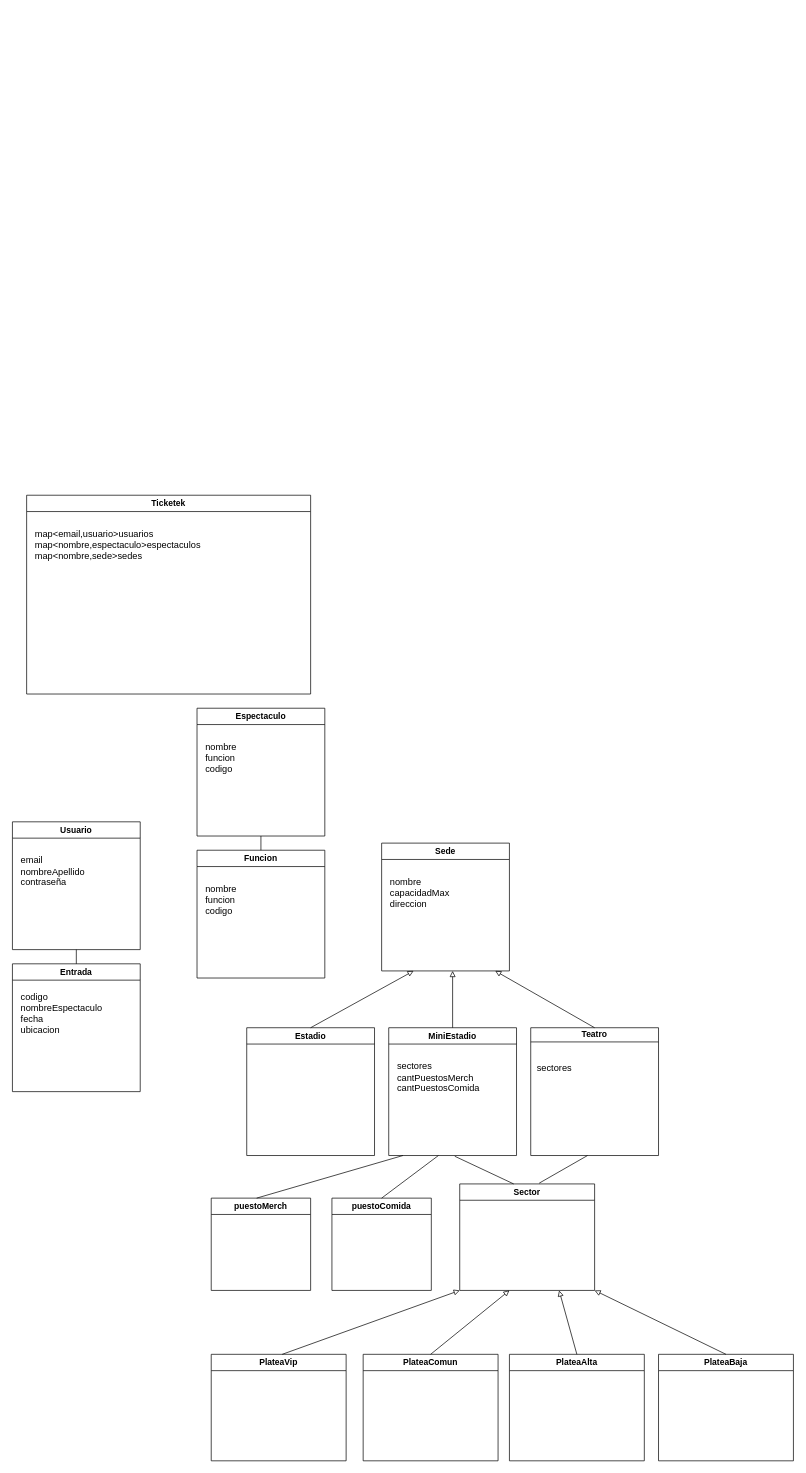
This is src/TPprog2.drawio from MarianoRada/TP-progra-2, a draw.io file, before an edit. Source tidied: cells renumbered, new cells numbered last; positions are measured from the earlier drawing's top-left corner, leaving out a move shared by most shapes. Both pictures are drawn from the tidied source at 71%, with x=0, y=0 at pixel (12, 495).
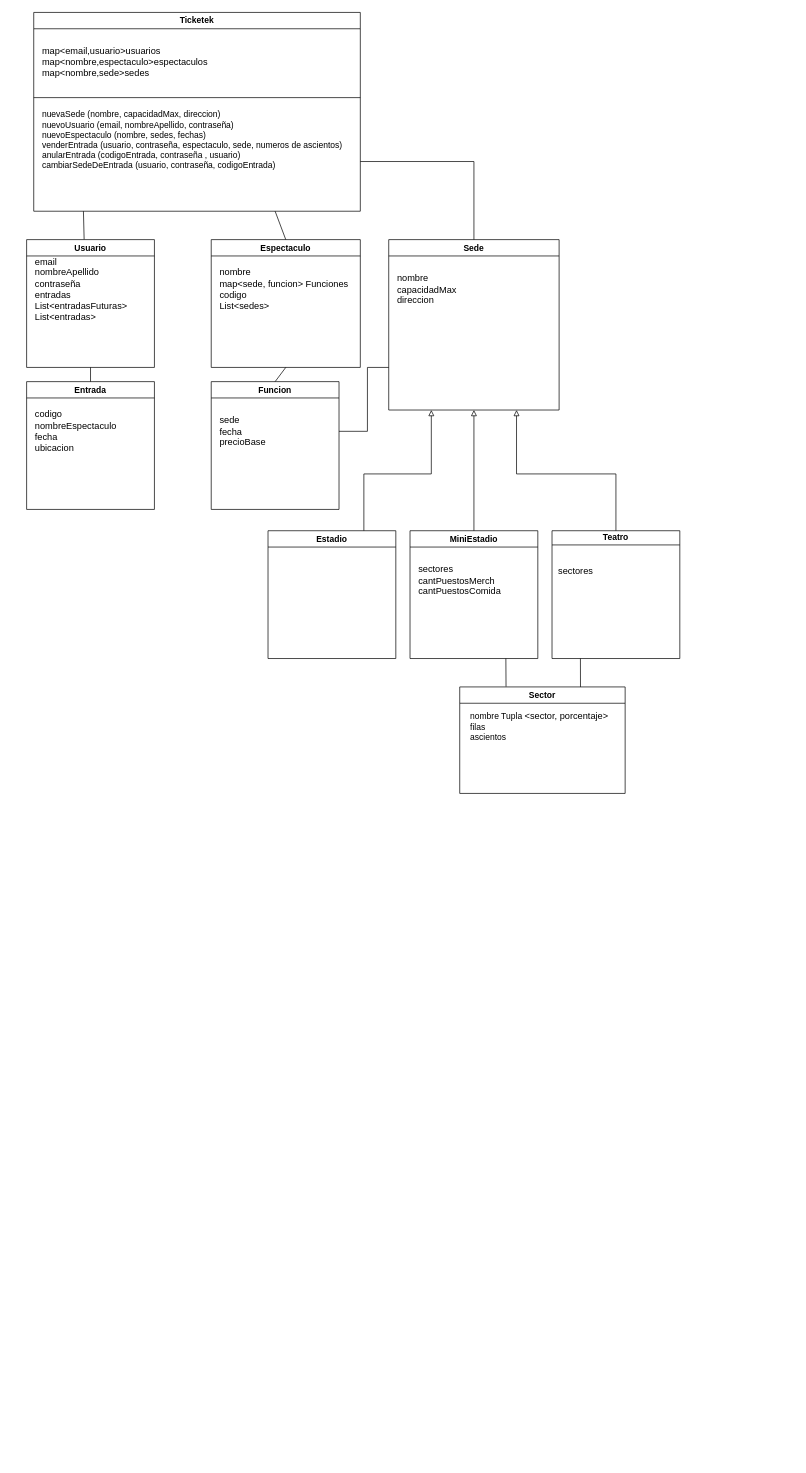
The same diagram, later.

The edit, as a diff of the source:
```diff
@@
     <mxCell id="2" value="Usuario" style="swimlane;whiteSpace=wrap;html=1;fillStyle=auto;rounded=0;glass=0;shadow=0;swimlaneLine=1;" parent="1" vertex="1">
-      <mxGeometry y="460" width="180" height="180" as="geometry" />
+      <mxGeometry x="20" y="-360" width="180" height="180" as="geometry" />
     </mxCell>
-    <mxCell id="3" value="&lt;font style=&quot;font-size: 13px;&quot;&gt;email&lt;/font&gt;&lt;div&gt;&lt;font style=&quot;font-size: 13px;&quot;&gt;nombreApellido&lt;/font&gt;&lt;/div&gt;&lt;div&gt;&lt;font style=&quot;font-size: 13px;&quot;&gt;contraseña&lt;/font&gt;&lt;/div&gt;" style="text;html=1;align=left;verticalAlign=middle;strokeColor=none;fillColor=none;" parent="2" vertex="1">
-      <mxGeometry x="10" y="40" width="110" height="60" as="geometry" />
+    <mxCell id="3" value="&lt;font style=&quot;font-size: 13px;&quot;&gt;email&lt;/font&gt;&lt;div&gt;&lt;font style=&quot;font-size: 13px;&quot;&gt;nombreApellido&lt;/font&gt;&lt;/div&gt;&lt;div&gt;&lt;font style=&quot;font-size: 13px;&quot;&gt;contraseña&lt;/font&gt;&lt;/div&gt;&lt;div&gt;&lt;font style=&quot;font-size: 13px;&quot;&gt;entradas&lt;/font&gt;&lt;/div&gt;&lt;div&gt;&lt;font style=&quot;font-size: 13px;&quot;&gt;List&lt;span style=&quot;color: light-dark(rgb(0, 0, 0), rgb(255, 255, 255)); background-color: transparent;&quot;&gt;&amp;lt;entradasFuturas&lt;/span&gt;&lt;span style=&quot;color: light-dark(rgb(0, 0, 0), rgb(255, 255, 255)); background-color: transparent;&quot;&gt;&amp;gt;&lt;/span&gt;&lt;/font&gt;&lt;/div&gt;&lt;div&gt;&lt;font style=&quot;font-size: 13px;&quot;&gt;List&lt;span style=&quot;color: light-dark(rgb(0, 0, 0), rgb(255, 255, 255)); background-color: transparent;&quot;&gt;&amp;lt;entradas&lt;/span&gt;&lt;span style=&quot;color: light-dark(rgb(0, 0, 0), rgb(255, 255, 255)); background-color: transparent;&quot;&gt;&amp;gt;&lt;/span&gt;&lt;span style=&quot;color: light-dark(rgb(0, 0, 0), rgb(255, 255, 255)); background-color: transparent;&quot;&gt;&lt;/span&gt;&lt;/font&gt;&lt;/div&gt;" style="text;html=1;align=left;verticalAlign=middle;strokeColor=none;fillColor=none;" parent="2" vertex="1">
+      <mxGeometry x="10" y="15" width="150" height="110" as="geometry" />
     </mxCell>
     <mxCell id="4" value="Ticketek" style="swimlane;whiteSpace=wrap;html=1;fillStyle=auto;rounded=0;glass=0;shadow=0;swimlaneLine=1;" parent="1" vertex="1">
-      <mxGeometry x="20" width="400" height="280" as="geometry" />
+      <mxGeometry x="30" y="-680" width="460" height="280" as="geometry" />
     </mxCell>
@@
+    <mxCell id="40" style="endArrow=none;html=1;rounded=0;exitX=0.45;exitY=-0.002;exitDx=0;exitDy=0;exitPerimeter=0;" parent="4" edge="1" source="2">
+      <mxGeometry relative="1" as="geometry">
+        <mxPoint x="70" y="280" as="targetPoint" />
+      </mxGeometry>
+    </mxCell>
+    <mxCell id="41" style="endArrow=none;html=1;rounded=0;exitX=0;exitY=0.5;exitDx=0;exitDy=0;" parent="4" edge="1">
+      <mxGeometry relative="1" as="geometry">
+        <mxPoint y="120" as="sourcePoint" />
+        <mxPoint x="460" y="120" as="targetPoint" />
+      </mxGeometry>
+    </mxCell>
+    <mxCell id="42" value="nuevaSede (nombre, capacidadMax, direccion)&lt;div&gt;nuevoUsuario (email, nombreApellido, contraseña)&lt;/div&gt;&lt;div&gt;nuevoEspectaculo (nombre, sedes, fechas)&lt;/div&gt;&lt;div&gt;venderEntrada (usuario, contraseña, espectaculo, sede, numeros de ascientos)&lt;/div&gt;&lt;div&gt;anularEntrada (codigoEntrada, contraseña , usuario)&lt;/div&gt;&lt;div&gt;cambiarSedeDeEntrada (usuario, contraseña, codigoEntrada)&lt;/div&gt;" style="text;html=1;align=left;verticalAlign=middle;strokeColor=none;fillColor=none;" parent="4" vertex="1">
+      <mxGeometry x="10" y="130" width="450" height="100" as="geometry" />
+    </mxCell>
     <mxCell id="6" value="Sede" style="swimlane;whiteSpace=wrap;html=1;fillStyle=auto;rounded=0;glass=0;shadow=0;swimlaneLine=1;startSize=23;" parent="1" vertex="1">
-      <mxGeometry x="520" y="490" width="180" height="180" as="geometry" />
+      <mxGeometry x="530" y="-360" width="240" height="240" as="geometry" />
     </mxCell>
@@
     <mxCell id="8" value="Teatro" style="swimlane;whiteSpace=wrap;html=1;fillStyle=auto;rounded=0;glass=0;shadow=0;swimlaneLine=1;startSize=20;" parent="1" vertex="1">
-      <mxGeometry x="730" y="750" width="180" height="180" as="geometry" />
+      <mxGeometry x="760" y="50" width="180" height="180" as="geometry" />
     </mxCell>
@@
     <mxCell id="10" value="Estadio" style="swimlane;whiteSpace=wrap;html=1;fillStyle=auto;rounded=0;glass=0;shadow=0;swimlaneLine=1;startSize=23;" parent="1" vertex="1">
-      <mxGeometry x="330" y="750" width="180" height="180" as="geometry" />
+      <mxGeometry x="360" y="50" width="180" height="180" as="geometry" />
     </mxCell>
@@
     <mxCell id="12" value="MiniEstadio" style="swimlane;whiteSpace=wrap;html=1;fillStyle=auto;rounded=0;glass=0;shadow=0;swimlaneLine=1;startSize=23;" parent="1" vertex="1">
-      <mxGeometry x="530" y="750" width="180" height="180" as="geometry" />
+      <mxGeometry x="560" y="50" width="180" height="180" as="geometry" />
     </mxCell>
@@
-    <mxCell id="14" style="endArrow=block;html=1;rounded=0;exitX=0.5;exitY=0;exitDx=0;exitDy=0;entryX=0.25;entryY=1;entryDx=0;entryDy=0;endFill=0;" parent="1" edge="1" source="10" target="6">
-      <mxGeometry relative="1" as="geometry" />
+    <mxCell id="14" style="endArrow=block;html=1;rounded=0;exitX=0.75;exitY=0;exitDx=0;exitDy=0;entryX=0.25;entryY=1;entryDx=0;entryDy=0;endFill=0;" parent="1" edge="1" source="10" target="6">
+      <mxGeometry relative="1" as="geometry">
+        <Array as="points">
+          <mxPoint x="495" y="-30" />
+          <mxPoint x="590" y="-30" />
+        </Array>
+      </mxGeometry>
     </mxCell>
-    <mxCell id="15" style="endArrow=block;html=1;rounded=0;exitX=0.5;exitY=0;exitDx=0;exitDy=0;endFill=0;" parent="1" edge="1" source="12">
-      <mxGeometry relative="1" as="geometry">
-        <mxPoint x="620" y="670" as="targetPoint" />
-      </mxGeometry>
+    <mxCell id="15" style="endArrow=block;html=1;rounded=0;exitX=0.5;exitY=0;exitDx=0;exitDy=0;endFill=0;entryX=0.5;entryY=1;entryDx=0;entryDy=0;" parent="1" edge="1" source="12" target="6">
+      <mxGeometry relative="1" as="geometry" />
     </mxCell>
-    <mxCell id="16" style="endArrow=block;html=1;rounded=0;exitX=0.5;exitY=0;exitDx=0;exitDy=0;endFill=0;" parent="1" edge="1" source="8">
+    <mxCell id="16" style="endArrow=block;html=1;rounded=0;exitX=0.5;exitY=0;exitDx=0;exitDy=0;endFill=0;entryX=0.75;entryY=1;entryDx=0;entryDy=0;" parent="1" edge="1" source="8" target="6">
       <mxGeometry relative="1" as="geometry">
-        <mxPoint x="680" y="670" as="targetPoint" />
+        <Array as="points">
+          <mxPoint x="850" y="-30" />
+          <mxPoint x="710" y="-30" />
+        </Array>
       </mxGeometry>
     </mxCell>
     <mxCell id="17" value="Sector" style="swimlane;whiteSpace=wrap;html=1;" parent="1" vertex="1">
-      <mxGeometry x="630" y="970" width="190" height="150" as="geometry" />
+      <mxGeometry x="630" y="270" width="233" height="150" as="geometry" />
     </mxCell>
-    <mxCell id="18" value="PlateaComun" style="swimlane;whiteSpace=wrap;html=1;startSize=23;" parent="1" vertex="1">
-      <mxGeometry x="494" y="1210" width="190" height="150" as="geometry" />
-    </mxCell>
-    <mxCell id="19" value="PlateaAlta" style="swimlane;whiteSpace=wrap;html=1;" parent="1" vertex="1">
-      <mxGeometry x="700" y="1210" width="190" height="150" as="geometry" />
-    </mxCell>
-    <mxCell id="20" value="PlateaBaja" style="swimlane;whiteSpace=wrap;html=1;" parent="1" vertex="1">
-      <mxGeometry x="910" y="1210" width="190" height="150" as="geometry" />
-    </mxCell>
-    <mxCell id="21" value="PlateaVip" style="swimlane;whiteSpace=wrap;html=1;" parent="1" vertex="1">
-      <mxGeometry x="280" y="1210" width="190" height="150" as="geometry" />
-    </mxCell>
-    <mxCell id="22" style="endArrow=block;html=1;rounded=0;entryX=0;entryY=1;entryDx=0;entryDy=0;endFill=0;" parent="1" edge="1" target="17">
-      <mxGeometry relative="1" as="geometry">
-        <mxPoint x="380" y="1210" as="sourcePoint" />
-      </mxGeometry>
-    </mxCell>
-    <mxCell id="23" style="endArrow=block;html=1;rounded=0;entryX=1;entryY=1;entryDx=0;entryDy=0;exitX=0.5;exitY=0;exitDx=0;exitDy=0;endFill=0;" parent="1" edge="1" source="20" target="17">
-      <mxGeometry relative="1" as="geometry" />
-    </mxCell>
-    <mxCell id="24" style="endArrow=block;html=1;rounded=0;endFill=0;exitX=0.5;exitY=0;exitDx=0;exitDy=0;" parent="1" edge="1" source="18">
-      <mxGeometry relative="1" as="geometry">
-        <mxPoint x="700" y="1120" as="targetPoint" />
-      </mxGeometry>
-    </mxCell>
-    <mxCell id="25" style="endArrow=block;html=1;rounded=0;endFill=0;exitX=0.5;exitY=0;exitDx=0;exitDy=0;" parent="1" edge="1" source="19">
-      <mxGeometry relative="1" as="geometry">
-        <mxPoint x="770" y="1120" as="targetPoint" />
-      </mxGeometry>
-    </mxCell>
-    <mxCell id="26" style="endArrow=none;html=1;rounded=0;exitX=0.589;exitY=-0.007;exitDx=0;exitDy=0;exitPerimeter=0;" parent="1" edge="1" source="17">
-      <mxGeometry relative="1" as="geometry">
-        <mxPoint x="810" y="930" as="targetPoint" />
-      </mxGeometry>
-    </mxCell>
+    <mxCell id="43" value="&lt;div&gt;nombre Tupla&amp;nbsp;&lt;span style=&quot;background-color: transparent; color: light-dark(rgb(0, 0, 0), rgb(255, 255, 255)); font-size: 13px;&quot;&gt;&amp;lt;sector, porcentaje&lt;/span&gt;&lt;span style=&quot;background-color: transparent; color: light-dark(rgb(0, 0, 0), rgb(255, 255, 255)); font-size: 13px;&quot;&gt;&amp;gt;&lt;/span&gt;&lt;/div&gt;filas&lt;div&gt;ascientos&lt;/div&gt;&lt;div&gt;&lt;br&gt;&lt;/div&gt;" style="text;html=1;align=left;verticalAlign=middle;strokeColor=none;fillColor=none;" parent="17" vertex="1">
+      <mxGeometry x="13" y="28" width="220" height="70" as="geometry" />
+    </mxCell>
-    <mxCell id="27" style="endArrow=none;html=1;rounded=0;exitX=0.4;exitY=0;exitDx=0;exitDy=0;exitPerimeter=0;" parent="1" edge="1" source="17">
-      <mxGeometry relative="1" as="geometry">
-        <mxPoint x="623" y="931" as="targetPoint" />
-      </mxGeometry>
+    <mxCell id="27" style="endArrow=none;html=1;rounded=0;exitX=0.28;exitY=-0.003;exitDx=0;exitDy=0;exitPerimeter=0;entryX=0.75;entryY=1;entryDx=0;entryDy=0;" parent="1" edge="1" source="17" target="12">
+      <mxGeometry relative="1" as="geometry" />
     </mxCell>
     <mxCell id="28" value="Entrada" style="swimlane;whiteSpace=wrap;html=1;fillStyle=auto;rounded=0;glass=0;shadow=0;swimlaneLine=1;" parent="1" vertex="1">
-      <mxGeometry y="660" width="180" height="180" as="geometry" />
+      <mxGeometry x="20" y="-160" width="180" height="180" as="geometry" />
     </mxCell>
@@
     <mxCell id="31" value="Espectaculo" style="swimlane;whiteSpace=wrap;html=1;fillStyle=auto;rounded=0;glass=0;shadow=0;swimlaneLine=1;" parent="1" vertex="1">
-      <mxGeometry x="260" y="300" width="180" height="180" as="geometry" />
+      <mxGeometry x="280" y="-360" width="210" height="180" as="geometry" />
     </mxCell>
-    <mxCell id="32" value="&lt;div&gt;&lt;span style=&quot;font-size: 13px;&quot;&gt;nombre&lt;/span&gt;&lt;/div&gt;&lt;div&gt;&lt;span style=&quot;font-size: 13px;&quot;&gt;funcion&lt;/span&gt;&lt;/div&gt;&lt;div&gt;&lt;span style=&quot;font-size: 13px;&quot;&gt;codigo&lt;/span&gt;&lt;/div&gt;" style="text;html=1;align=left;verticalAlign=middle;strokeColor=none;fillColor=none;" parent="31" vertex="1">
-      <mxGeometry x="10" y="40" width="70" height="60" as="geometry" />
+    <mxCell id="32" value="&lt;div&gt;&lt;span style=&quot;font-size: 13px;&quot;&gt;nombre&lt;/span&gt;&lt;/div&gt;&lt;div&gt;&lt;span style=&quot;color: light-dark(rgb(0, 0, 0), rgb(255, 255, 255)); background-color: transparent; font-size: 13px;&quot;&gt;map&amp;lt;sede, funcion&lt;/span&gt;&lt;span style=&quot;color: light-dark(rgb(0, 0, 0), rgb(255, 255, 255)); background-color: transparent; font-size: 13px;&quot;&gt;&amp;gt; Funciones&lt;/span&gt;&lt;/div&gt;&lt;div&gt;&lt;span style=&quot;font-size: 13px;&quot;&gt;codigo&lt;/span&gt;&lt;/div&gt;&lt;div&gt;&lt;span style=&quot;font-size: 13px;&quot;&gt;List&lt;/span&gt;&lt;span style=&quot;font-size: 13px; background-color: transparent; color: light-dark(rgb(0, 0, 0), rgb(255, 255, 255));&quot;&gt;&amp;lt;sedes&lt;/span&gt;&lt;span style=&quot;background-color: transparent; color: light-dark(rgb(0, 0, 0), rgb(255, 255, 255)); font-size: 13px;&quot;&gt;&amp;gt;&lt;/span&gt;&lt;/div&gt;" style="text;html=1;align=left;verticalAlign=middle;strokeColor=none;fillColor=none;" parent="31" vertex="1">
+      <mxGeometry x="10" y="30" width="200" height="80" as="geometry" />
     </mxCell>
     <mxCell id="33" value="Funcion" style="swimlane;whiteSpace=wrap;html=1;fillStyle=auto;rounded=0;glass=0;shadow=0;swimlaneLine=1;" parent="1" vertex="1">
-      <mxGeometry x="260" y="500" width="180" height="180" as="geometry" />
+      <mxGeometry x="280" y="-160" width="180" height="180" as="geometry" />
     </mxCell>
-    <mxCell id="34" value="&lt;div&gt;&lt;span style=&quot;font-size: 13px;&quot;&gt;nombre&lt;/span&gt;&lt;/div&gt;&lt;div&gt;&lt;span style=&quot;font-size: 13px;&quot;&gt;funcion&lt;/span&gt;&lt;/div&gt;&lt;div&gt;&lt;span style=&quot;font-size: 13px;&quot;&gt;codigo&lt;/span&gt;&lt;/div&gt;" style="text;html=1;align=left;verticalAlign=middle;strokeColor=none;fillColor=none;" parent="33" vertex="1">
-      <mxGeometry x="10" y="40" width="70" height="60" as="geometry" />
+    <mxCell id="34" value="&lt;div&gt;&lt;span style=&quot;font-size: 13px; background-color: transparent; color: light-dark(rgb(0, 0, 0), rgb(255, 255, 255));&quot;&gt;sede&lt;/span&gt;&lt;/div&gt;&lt;div&gt;&lt;span style=&quot;font-size: 13px; background-color: transparent; color: light-dark(rgb(0, 0, 0), rgb(255, 255, 255));&quot;&gt;fecha&lt;/span&gt;&lt;/div&gt;&lt;div&gt;&lt;span style=&quot;font-size: 13px; background-color: transparent; color: light-dark(rgb(0, 0, 0), rgb(255, 255, 255));&quot;&gt;precioBase&lt;/span&gt;&lt;/div&gt;" style="text;html=1;align=left;verticalAlign=middle;strokeColor=none;fillColor=none;" parent="33" vertex="1">
+      <mxGeometry x="10" y="40" width="90" height="60" as="geometry" />
     </mxCell>
@@
-    <mxCell id="36" value="puestoMerch" style="swimlane;whiteSpace=wrap;html=1;" parent="1" vertex="1">
-      <mxGeometry x="280" y="990" width="140" height="130" as="geometry" />
-    </mxCell>
-    <mxCell id="37" value="puestoComida" style="swimlane;whiteSpace=wrap;html=1;" parent="1" vertex="1">
-      <mxGeometry x="450" y="990" width="140" height="130" as="geometry" />
-    </mxCell>
-    <mxCell id="38" style="endArrow=none;html=1;rounded=0;exitX=0.5;exitY=0;exitDx=0;exitDy=0;" parent="1" edge="1" source="37">
-      <mxGeometry relative="1" as="geometry">
-        <mxPoint x="600" y="930" as="targetPoint" />
-      </mxGeometry>
-    </mxCell>
-    <mxCell id="39" style="endArrow=none;html=1;rounded=0;exitX=0.457;exitY=0;exitDx=0;exitDy=0;exitPerimeter=0;" parent="1" edge="1" source="36">
-      <mxGeometry relative="1" as="geometry">
-        <mxPoint x="550" y="930" as="targetPoint" />
-      </mxGeometry>
-    </mxCell>
+    <mxCell id="44" style="endArrow=none;html=1;rounded=0;entryX=0.5;entryY=0;entryDx=0;entryDy=0;exitX=1;exitY=0.75;exitDx=0;exitDy=0;" parent="1" edge="1" source="4" target="6">
+      <mxGeometry relative="1" as="geometry">
+        <Array as="points">
+          <mxPoint x="650" y="-470" />
+        </Array>
+      </mxGeometry>
+    </mxCell>
+    <mxCell id="45" style="endArrow=none;html=1;rounded=0;entryX=0;entryY=0.75;entryDx=0;entryDy=0;" parent="1" edge="1" target="6">
+      <mxGeometry relative="1" as="geometry">
+        <mxPoint x="460" y="-90" as="sourcePoint" />
+        <Array as="points">
+          <mxPoint x="500" y="-90" />
+          <mxPoint x="500" y="-180" />
+        </Array>
+      </mxGeometry>
+    </mxCell>
+    <mxCell id="46" style="endArrow=none;html=1;rounded=0;exitX=0.73;exitY=0;exitDx=0;exitDy=0;exitPerimeter=0;entryX=0.75;entryY=1;entryDx=0;entryDy=0;" parent="1" edge="1" source="17">
+      <mxGeometry relative="1" as="geometry">
+        <mxPoint x="800" y="230" as="targetPoint" />
+      </mxGeometry>
+    </mxCell>
+    <mxCell id="47" style="endArrow=none;html=1;rounded=0;exitX=0.5;exitY=0;exitDx=0;exitDy=0;" parent="1" edge="1" source="31">
+      <mxGeometry relative="1" as="geometry">
+        <mxPoint x="370" y="-400" as="targetPoint" />
+      </mxGeometry>
+    </mxCell>
```
